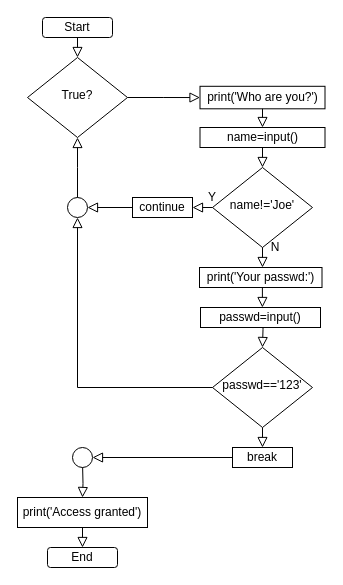
Before: Lecture02/flowchart_while_continue.drawio in kuntoto/01204111_CPExx, a draw.io diagram. Source tidied: cells renumbered, new cells numbered last; positions are measured from the earlier drawing's top-left corner, leaving out a move shared by most shapes. Both pictures are drawn from the tidied source at 100%, with x=0, y=0 at pixel (17, 17).
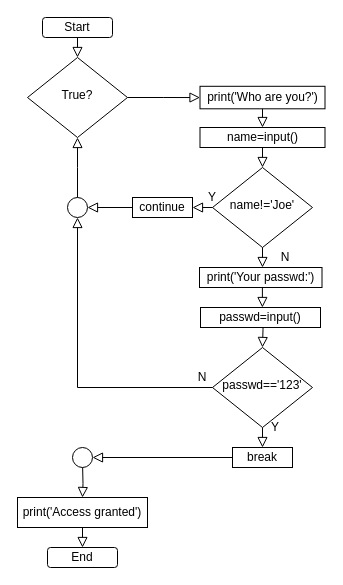
The same diagram, later.

Change to the diagram source:
```diff
@@
     <mxCell id="2" value="N" style="text;html=1;strokeColor=none;fillColor=none;align=center;verticalAlign=middle;whiteSpace=wrap;rounded=0;" parent="1" vertex="1">
-      <mxGeometry x="237.5" y="220" width="40" height="20" as="geometry" />
+      <mxGeometry x="165" y="350" width="40" height="20" as="geometry" />
     </mxCell>
@@
+    <mxCell id="33" value="Y" style="text;html=1;strokeColor=none;fillColor=none;align=center;verticalAlign=middle;whiteSpace=wrap;rounded=0;" parent="1" vertex="1">
+      <mxGeometry x="237.5" y="400" width="40" height="20" as="geometry" />
+    </mxCell>
+    <mxCell id="34" value="N" style="text;html=1;strokeColor=none;fillColor=none;align=center;verticalAlign=middle;whiteSpace=wrap;rounded=0;" parent="1" vertex="1">
+      <mxGeometry x="247.5" y="230" width="40" height="20" as="geometry" />
+    </mxCell>
```
